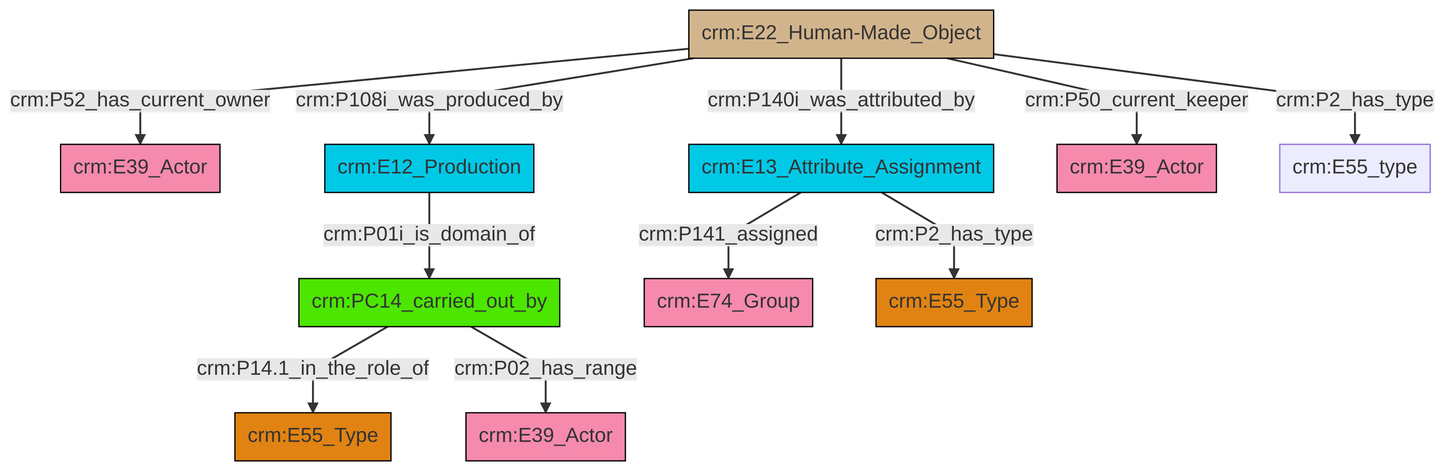
Before: et/artworkCSV/ttl/mmd/png/Artwork_Actor_Relations.png, a diagram exported from Mermaid (swiss-art-research-net/reference-data-models). Its source is kept beside it as et/artworkCSV/ttl/mmd/Artwork_Actor_Relations.ttl.mmd.
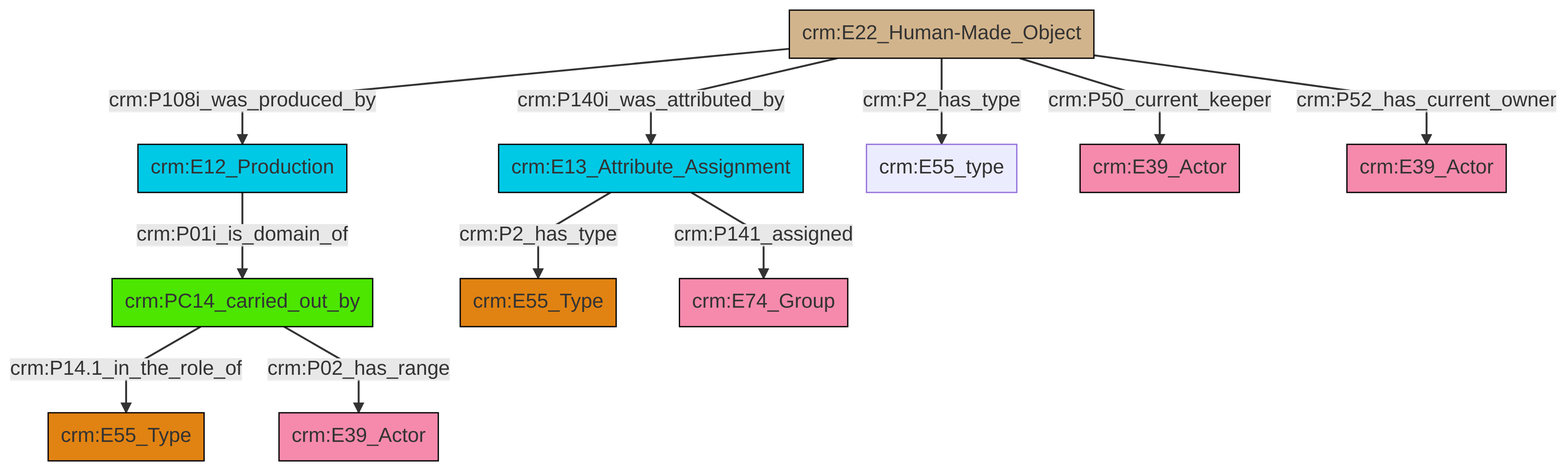
Above is the later version.

What changed in the source:
```diff
@@ -13,13 +13,13 @@
 classDef PC_Classes fill:#4ce600, stroke:#000000;
 classDef Multi fill:#cccccc,stroke:#000000;
 
-2["crm:E12_Production"]:::Temporal_Entity -->|crm:P01i_is_domain_of| 3["crm:PC14_carried_out_by"]:::PC_Classes
-4["crm:E13_Attribute_Assignment"]:::Temporal_Entity -->|crm:P141_assigned| 5["crm:E74_Group"]:::Actor
-6["crm:E22_Human-Made_Object"]:::Physical_Thing -->|crm:P52_has_current_owner| 0["crm:E39_Actor"]:::Actor
-6["crm:E22_Human-Made_Object"]:::Physical_Thing -->|crm:P108i_was_produced_by| 2["crm:E12_Production"]:::Temporal_Entity
-6["crm:E22_Human-Made_Object"]:::Physical_Thing -->|crm:P50_current_keeper| 11["crm:E39_Actor"]:::Actor
-6["crm:E22_Human-Made_Object"]:::Physical_Thing -->|crm:P140i_was_attributed_by| 4["crm:E13_Attribute_Assignment"]:::Temporal_Entity
-3["crm:PC14_carried_out_by"]:::PC_Classes -->|crm:P14.1_in_the_role_of| 14["crm:E55_Type"]:::Type
-3["crm:PC14_carried_out_by"]:::PC_Classes -->|crm:P02_has_range| 7["crm:E39_Actor"]:::Actor
-6["crm:E22_Human-Made_Object"]:::Physical_Thing -->|crm:P2_has_type| 17["crm:E55_type"]:::Default
-4["crm:E13_Attribute_Assignment"]:::Temporal_Entity -->|crm:P2_has_type| 20["crm:E55_Type"]:::Type
+2["crm:PC14_carried_out_by"]:::PC_Classes -->|crm:P14.1_in_the_role_of| 3["crm:E55_Type"]:::Type
+2["crm:PC14_carried_out_by"]:::PC_Classes -->|crm:P02_has_range| 4["crm:E39_Actor"]:::Actor
+5["crm:E22_Human-Made_Object"]:::Physical_Thing -->|crm:P108i_was_produced_by| 6["crm:E12_Production"]:::Temporal_Entity
+5["crm:E22_Human-Made_Object"]:::Physical_Thing -->|crm:P140i_was_attributed_by| 7["crm:E13_Attribute_Assignment"]:::Temporal_Entity
+7["crm:E13_Attribute_Assignment"]:::Temporal_Entity -->|crm:P2_has_type| 0["crm:E55_Type"]:::Type
+5["crm:E22_Human-Made_Object"]:::Physical_Thing -->|crm:P2_has_type| 14["crm:E55_type"]:::Default
+6["crm:E12_Production"]:::Temporal_Entity -->|crm:P01i_is_domain_of| 2["crm:PC14_carried_out_by"]:::PC_Classes
+7["crm:E13_Attribute_Assignment"]:::Temporal_Entity -->|crm:P141_assigned| 8["crm:E74_Group"]:::Actor
+5["crm:E22_Human-Made_Object"]:::Physical_Thing -->|crm:P50_current_keeper| 17["crm:E39_Actor"]:::Actor
+5["crm:E22_Human-Made_Object"]:::Physical_Thing -->|crm:P52_has_current_owner| 12["crm:E39_Actor"]:::Actor
```
